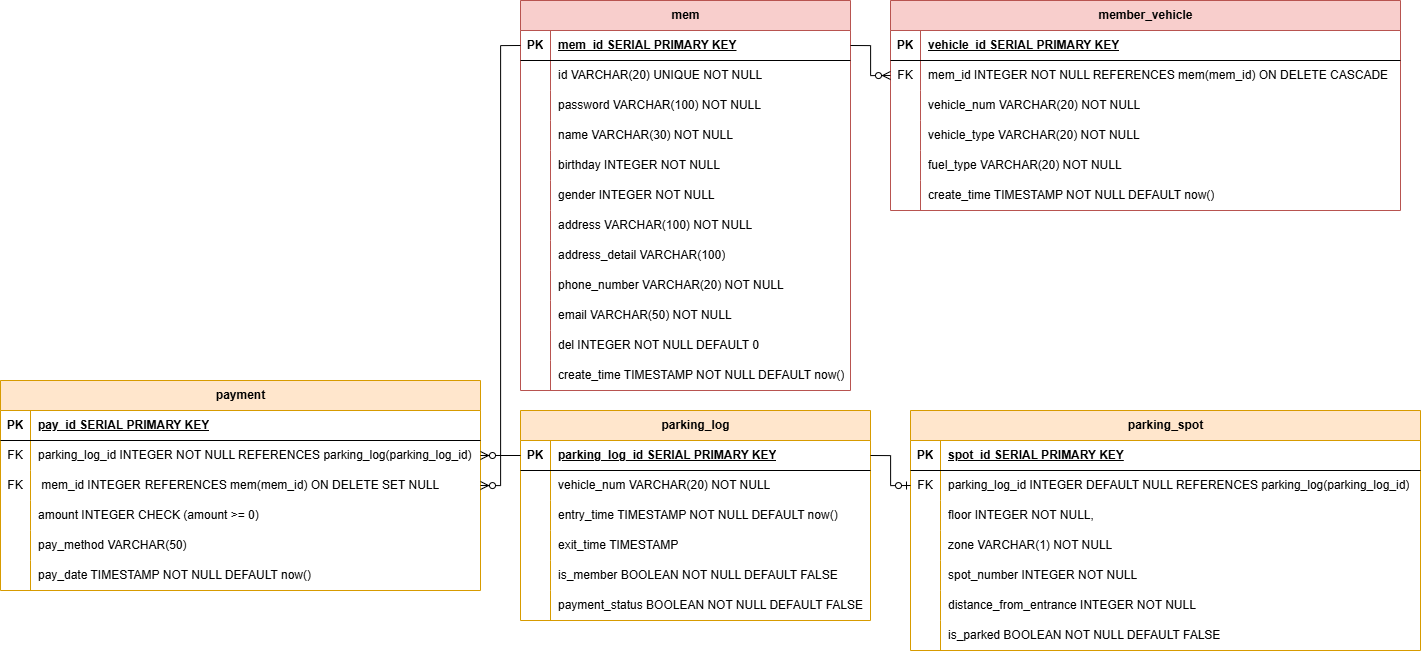
This is etc/ERD/중간프로젝트_ERD_v5_1.png from DongHyun0521/MBC_middle_project, a draw.io export, as it was before one commit. Source tidied: cells renumbered, new cells last; positions are measured from the earlier drawing's top-left corner, leaving out a move shared by most shapes.
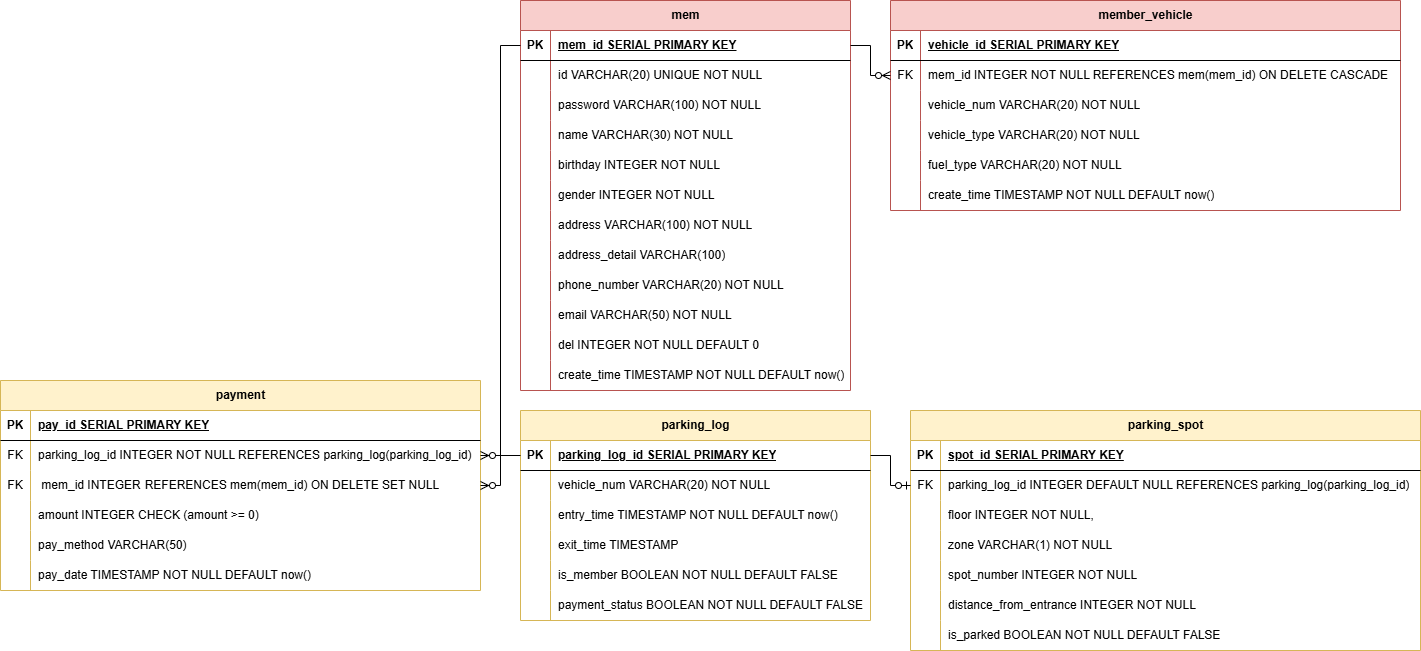
Later version of the same file.

What changed in the source:
```diff
@@ -173,7 +173,7 @@
     <mxCell id="58" style="fontSize=12;html=1;endArrow=ERzeroToMany;endFill=1;rounded=0;entryX=0;entryY=0.5;entryDx=0;entryDy=0;exitX=1;exitY=0.5;exitDx=0;exitDy=0;edgeStyle=orthogonalEdgeStyle;" parent="1" edge="1" source="3" target="43">
       <mxGeometry relative="1" as="geometry" />
     </mxCell>
-    <mxCell id="59" value="payment" style="shape=table;startSize=30;rowLines=0;fontStyle=1;align=center;html=1;fillColor=#ffe6cc;strokeColor=#d79b00;" parent="1" vertex="1">
+    <mxCell id="59" value="payment" style="shape=table;startSize=30;rowLines=0;fontStyle=1;align=center;html=1;fillColor=#fff2cc;strokeColor=#d6b656;" parent="1" vertex="1">
       <mxGeometry y="380" width="480" height="210" as="geometry" />
     </mxCell>
     <mxCell id="60" style="shape=tableRow;horizontal=0;startSize=0;swimlaneHead=0;swimlaneBody=0;fillColor=none;top=0;left=0;right=0;bottom=1;" parent="59" vertex="1">
@@ -233,7 +233,7 @@
     <mxCell id="78" style="fontSize=12;html=1;endArrow=ERzeroToMany;endFill=1;rounded=0;exitX=0;exitY=0.5;exitDx=0;exitDy=0;entryX=1;entryY=0.5;entryDx=0;entryDy=0;edgeStyle=orthogonalEdgeStyle;" parent="1" edge="1" source="3" target="66">
       <mxGeometry relative="1" as="geometry" />
     </mxCell>
-    <mxCell id="79" value="parking_log" style="shape=table;startSize=30;rowLines=0;fontStyle=1;align=center;html=1;fillColor=#ffe6cc;strokeColor=#d79b00;" parent="1" vertex="1">
+    <mxCell id="79" value="parking_log" style="shape=table;startSize=30;rowLines=0;fontStyle=1;align=center;html=1;fillColor=#fff2cc;strokeColor=#d6b656;" parent="1" vertex="1">
       <mxGeometry x="520" y="410" width="350" height="210" as="geometry" />
     </mxCell>
     <mxCell id="80" style="shape=tableRow;horizontal=0;startSize=0;swimlaneHead=0;swimlaneBody=0;fillColor=none;points=[[0,0.5],[1,0.5]];portConstraint=eastwest;top=0;left=0;right=0;bottom=1;" parent="79" vertex="1">
@@ -293,7 +293,7 @@
     <mxCell id="98" style="fontSize=12;html=1;endArrow=ERzeroToMany;endFill=1;rounded=0;entryX=1;entryY=0.5;entryDx=0;entryDy=0;exitX=0;exitY=0.5;exitDx=0;exitDy=0;" parent="1" edge="1" source="80" target="63">
       <mxGeometry relative="1" as="geometry" />
     </mxCell>
-    <mxCell id="99" value="parking_spot" style="shape=table;startSize=30;rowLines=0;fontStyle=1;align=center;html=1;fillColor=#ffe6cc;strokeColor=#d79b00;" parent="1" vertex="1">
+    <mxCell id="99" value="parking_spot" style="shape=table;startSize=30;rowLines=0;fontStyle=1;align=center;html=1;fillColor=#fff2cc;strokeColor=#d6b656;" parent="1" vertex="1">
       <mxGeometry x="910" y="410" width="510" height="240" as="geometry" />
     </mxCell>
     <mxCell id="100" style="shape=tableRow;horizontal=0;startSize=0;swimlaneHead=0;swimlaneBody=0;fillColor=none;top=0;left=0;right=0;bottom=1;" parent="99" vertex="1">
```
